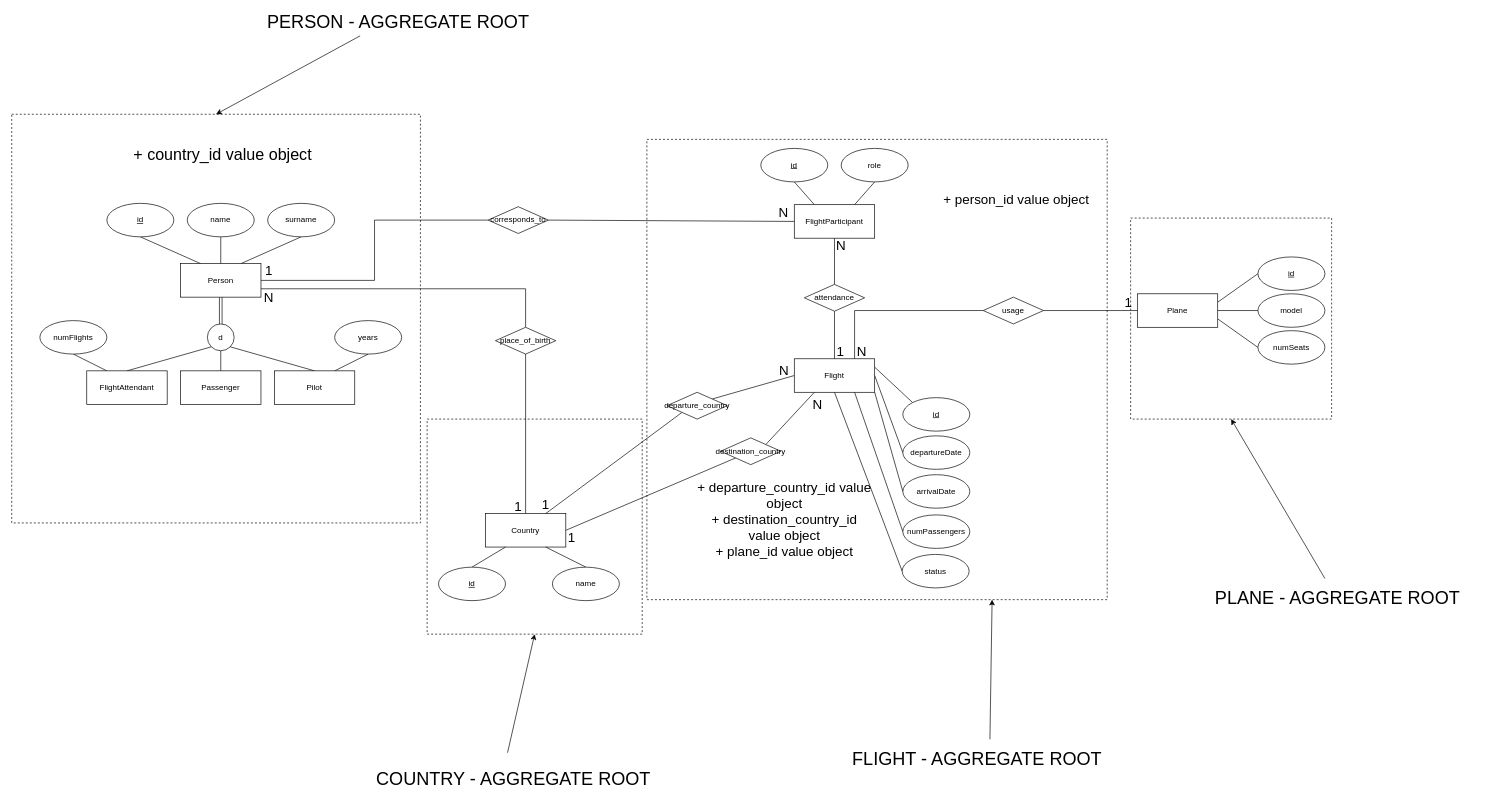
Above: aviomanager-project-material/FlightManagement-DDD.drawio in itasevski/AvioManager (draw.io), before the change. Source tidied: cells renumbered, new cells numbered last; positions are measured from the earlier drawing's top-left corner, leaving out a move shared by most shapes. Both pictures are drawn from the tidied source at 67%, with x=0, y=0 at pixel (11, 15).
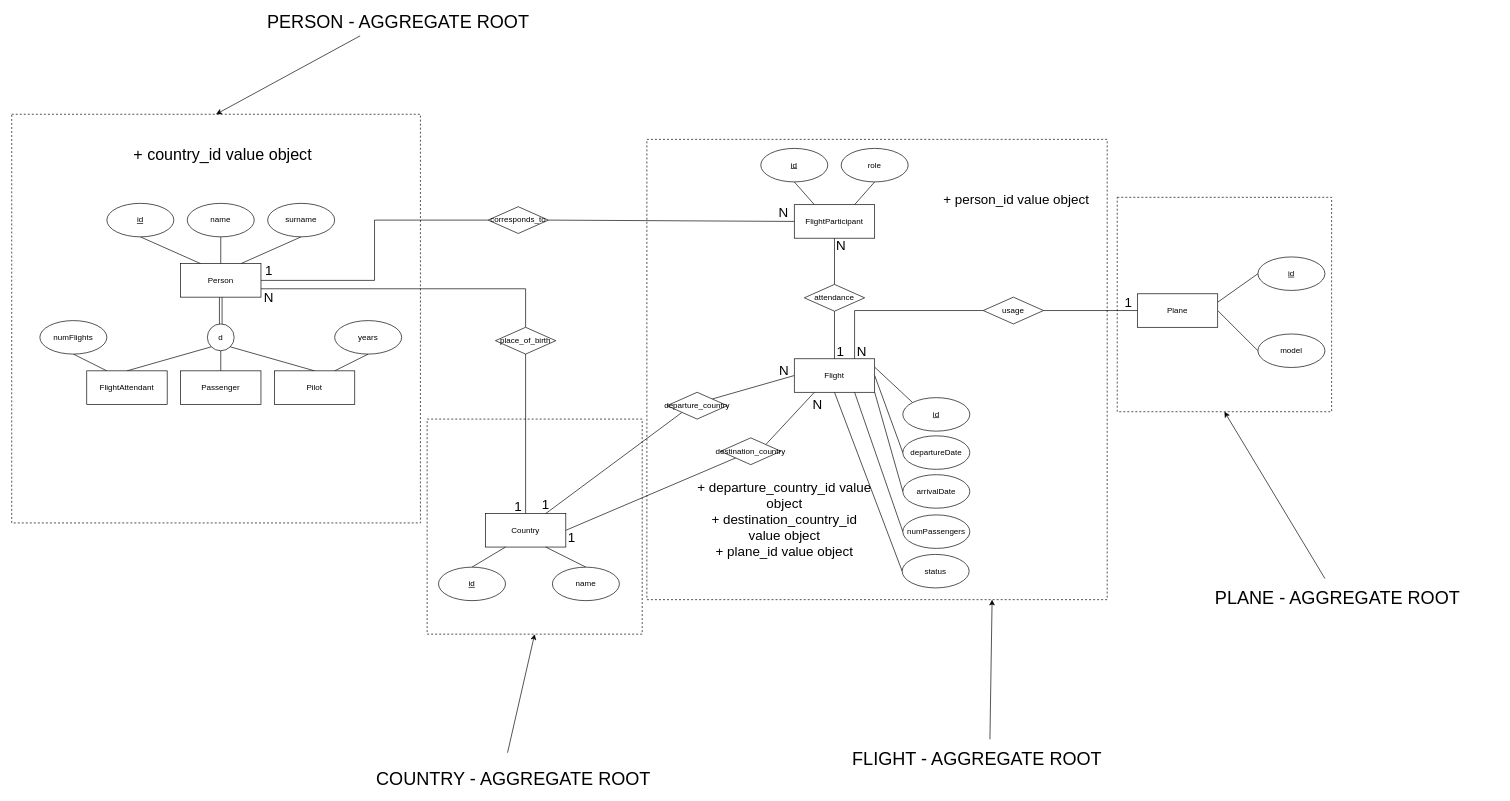
After the change.

Unchanged cells that the change refers to:
```xml
<mxCell id="48" value="Plane" style="rounded=0;whiteSpace=wrap;html=1;" parent="1" vertex="1">
  <mxGeometry x="1680" y="415" width="120" height="50" as="geometry" />
</mxCell>
```

What changed in the source:
```diff
@@
-    <mxCell id="47" style="edgeStyle=none;rounded=0;jettySize=auto;html=1;exitX=1;exitY=0.75;exitDx=0;exitDy=0;entryX=0;entryY=0.5;entryDx=0;entryDy=0;endArrow=none;endFill=0;fontSize=20;" parent="1" edge="1" source="48" target="76">
-      <mxGeometry relative="1" as="geometry" />
-    </mxCell>
@@
     <mxCell id="75" value="model" style="ellipse;whiteSpace=wrap;html=1;fontStyle=0;" parent="1" vertex="1">
-      <mxGeometry x="1860" y="415" width="100" height="50" as="geometry" />
+      <mxGeometry x="1860" y="475" width="100" height="50" as="geometry" />
     </mxCell>
-    <mxCell id="76" value="numSeats" style="ellipse;whiteSpace=wrap;html=1;fontStyle=0;" parent="1" vertex="1">
-      <mxGeometry x="1860" y="470" width="100" height="50" as="geometry" />
-    </mxCell>
@@
     <mxCell id="82" style="whiteSpace=wrap;html=1;dashed=1;fillColor=none;" parent="1" vertex="1">
-      <mxGeometry x="1670" y="302" width="300" height="300" as="geometry" />
+      <mxGeometry x="1650" y="271" width="320" height="320" as="geometry" />
     </mxCell>
```
